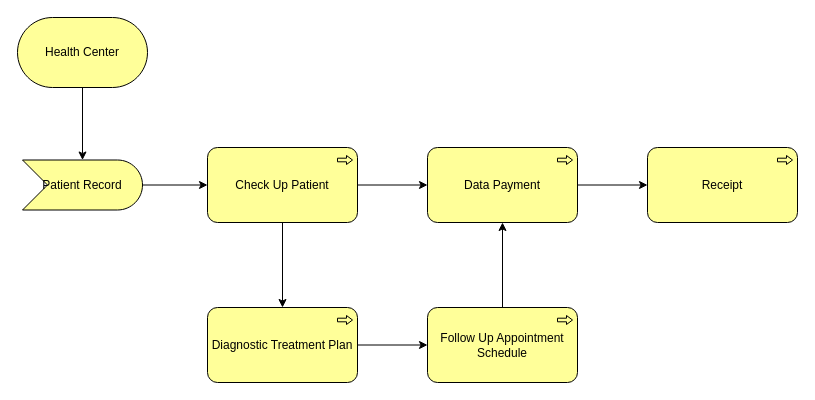
This is Untitled Diagram.drawio from KevinCasoco/Archi-Model, a draw.io file, before an edit. Source tidied: cells renumbered, new cells numbered last; positions are measured from the earlier drawing's top-left corner, leaving out a move shared by most shapes. Both pictures are drawn from the tidied source at 100%, with x=0, y=0 at pixel (17, 17).
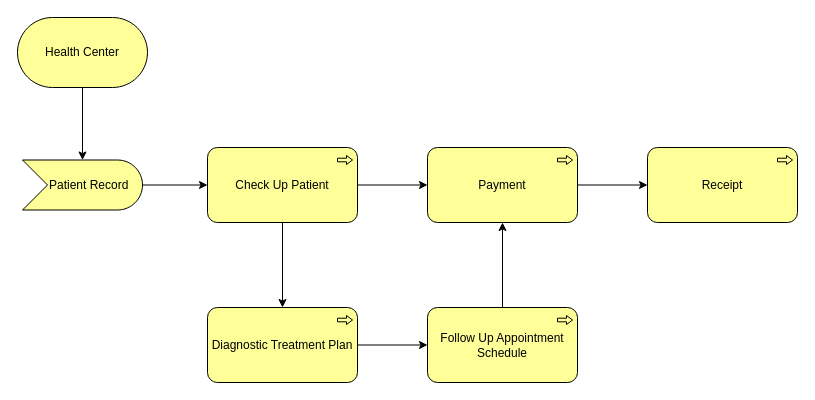
The same page after the edit.

The edit, as a diff of the source:
```diff
@@
 <mxGraphModel>
   <root>
     <mxCell id="0" />
     <mxCell id="1" parent="0" />
     <mxCell id="2" style="edgeStyle=orthogonalEdgeStyle;rounded=0;jettySize=auto;html=1;" parent="1" edge="1" source="3" target="5">
       <mxGeometry relative="1" as="geometry" />
     </mxCell>
     <mxCell id="3" value="Health Center" style="html=1;outlineConnect=0;whiteSpace=wrap;fillColor=#ffff99;shape=mxgraph.archimate3.service;" parent="1" vertex="1">
       <mxGeometry width="130" height="70" as="geometry" />
     </mxCell>
     <mxCell id="4" style="edgeStyle=orthogonalEdgeStyle;rounded=0;jettySize=auto;html=1;" parent="1" edge="1" source="5" target="8">
       <mxGeometry relative="1" as="geometry" />
     </mxCell>
-    <mxCell id="5" value="Patient Record" style="html=1;outlineConnect=0;whiteSpace=wrap;fillColor=#ffff99;shape=mxgraph.archimate3.event;" parent="1" vertex="1">
+    <mxCell id="5" value="&amp;nbsp; &amp;nbsp; Patient Record" style="html=1;outlineConnect=0;whiteSpace=wrap;fillColor=#ffff99;shape=mxgraph.archimate3.event;" parent="1" vertex="1">
       <mxGeometry x="5" y="142.5" width="120" height="50" as="geometry" />
     </mxCell>
     <mxCell id="6" style="edgeStyle=orthogonalEdgeStyle;rounded=0;jettySize=auto;html=1;" parent="1" edge="1" source="8" target="14">
       <mxGeometry relative="1" as="geometry" />
     </mxCell>
     <mxCell id="7" style="edgeStyle=orthogonalEdgeStyle;rounded=0;jettySize=auto;html=1;" parent="1" edge="1" source="8" target="10">
       <mxGeometry relative="1" as="geometry" />
     </mxCell>
     <mxCell id="8" value="Check Up Patient" style="html=1;outlineConnect=0;whiteSpace=wrap;fillColor=#ffff99;shape=mxgraph.archimate3.application;appType=proc;archiType=rounded;" parent="1" vertex="1">
       <mxGeometry x="190" y="130" width="150" height="75" as="geometry" />
     </mxCell>
     <mxCell id="9" style="edgeStyle=orthogonalEdgeStyle;rounded=0;jettySize=auto;html=1;" parent="1" edge="1" source="10" target="12">
       <mxGeometry relative="1" as="geometry" />
     </mxCell>
     <mxCell id="10" value="Diagnostic Treatment Plan" style="html=1;outlineConnect=0;whiteSpace=wrap;fillColor=#ffff99;shape=mxgraph.archimate3.application;appType=proc;archiType=rounded;" parent="1" vertex="1">
       <mxGeometry x="190" y="290" width="150" height="75" as="geometry" />
     </mxCell>
     <mxCell id="11" style="edgeStyle=orthogonalEdgeStyle;rounded=0;jettySize=auto;html=1;" parent="1" edge="1" source="12" target="14">
       <mxGeometry relative="1" as="geometry" />
     </mxCell>
     <mxCell id="12" value="Follow Up Appointment Schedule" style="html=1;outlineConnect=0;whiteSpace=wrap;fillColor=#ffff99;shape=mxgraph.archimate3.application;appType=proc;archiType=rounded;" parent="1" vertex="1">
       <mxGeometry x="410" y="290" width="150" height="75" as="geometry" />
     </mxCell>
     <mxCell id="13" style="edgeStyle=orthogonalEdgeStyle;rounded=0;jettySize=auto;html=1;" parent="1" edge="1" source="14" target="15">
       <mxGeometry relative="1" as="geometry" />
     </mxCell>
-    <mxCell id="14" value="Data Payment" style="html=1;outlineConnect=0;whiteSpace=wrap;fillColor=#ffff99;shape=mxgraph.archimate3.application;appType=proc;archiType=rounded;" parent="1" vertex="1">
+    <mxCell id="14" value="Payment" style="html=1;outlineConnect=0;whiteSpace=wrap;fillColor=#ffff99;shape=mxgraph.archimate3.application;appType=proc;archiType=rounded;" parent="1" vertex="1">
       <mxGeometry x="410" y="130" width="150" height="75" as="geometry" />
     </mxCell>
     <mxCell id="15" value="Receipt" style="html=1;outlineConnect=0;whiteSpace=wrap;fillColor=#ffff99;shape=mxgraph.archimate3.application;appType=proc;archiType=rounded;" parent="1" vertex="1">
       <mxGeometry x="630" y="130" width="150" height="75" as="geometry" />
     </mxCell>
   </root>
 </mxGraphModel>
```
